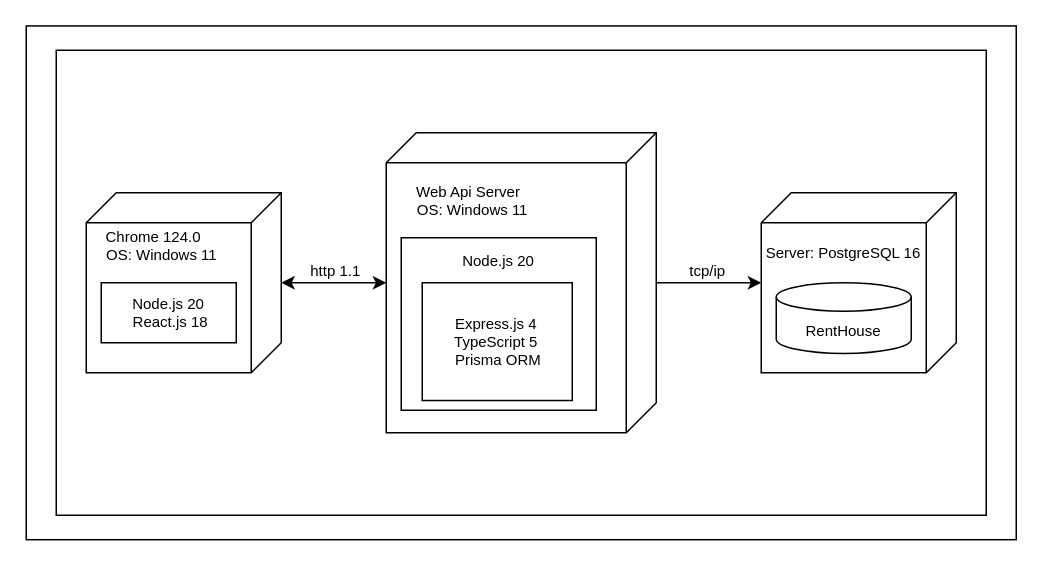
Above: KURSACH/архитектура.drawio in Slnpa/Diplom (draw.io), before the change. Source tidied: cells renumbered, new cells numbered last; positions are measured from the earlier drawing's top-left corner, leaving out a move shared by most shapes. Both pictures are drawn from the tidied source at 150%, with x=0, y=0 at pixel (26, 26).
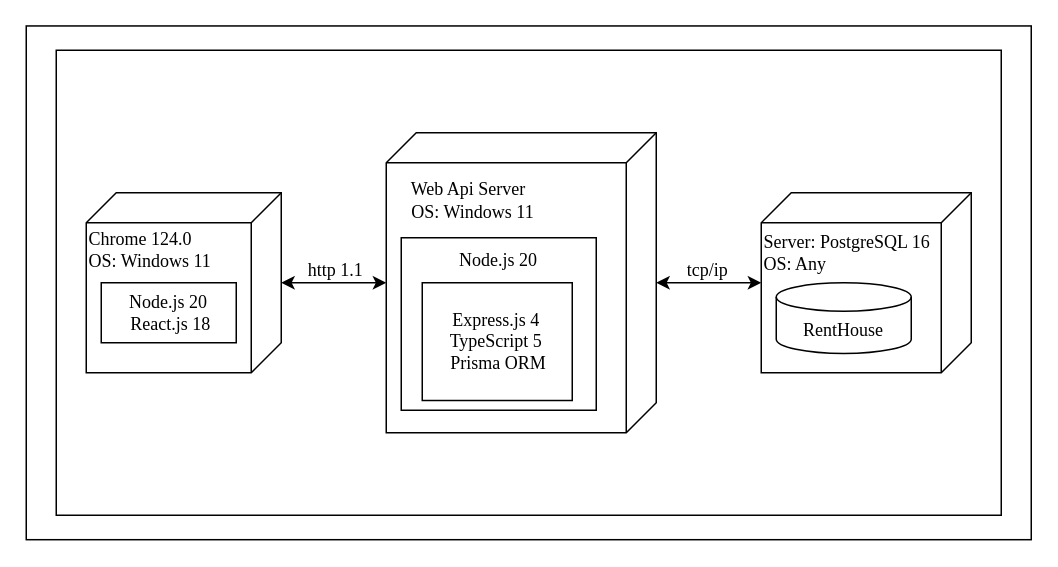
Above is the later version.

Change to the diagram source:
```diff
@@
-    <mxCell id="2" style="rounded=0;whiteSpace=wrap;html=1;" parent="1" vertex="1">
-      <mxGeometry y="-0.2" width="660" height="342.5" as="geometry" />
+    <mxCell id="2" style="rounded=0;whiteSpace=wrap;html=1;fontFamily=Times New Roman;fontSize=12;" parent="1" vertex="1">
+      <mxGeometry y="-0.2" width="670" height="342.5" as="geometry" />
     </mxCell>
-    <mxCell id="3" style="rounded=0;whiteSpace=wrap;html=1;" parent="1" vertex="1">
-      <mxGeometry x="20" y="16" width="620" height="310" as="geometry" />
+    <mxCell id="3" style="rounded=0;whiteSpace=wrap;html=1;fontFamily=Times New Roman;fontSize=12;" parent="1" vertex="1">
+      <mxGeometry x="20" y="16" width="630" height="310" as="geometry" />
     </mxCell>
-    <mxCell id="4" style="verticalAlign=top;align=left;spacingTop=8;spacingLeft=2;spacingRight=12;shape=cube;size=20;direction=south;fontStyle=4;html=1;whiteSpace=wrap;" parent="1" vertex="1">
-      <mxGeometry x="490" y="111" width="130" height="120" as="geometry" />
+    <mxCell id="4" style="verticalAlign=top;align=left;spacingTop=8;spacingLeft=2;spacingRight=12;shape=cube;size=20;direction=south;fontStyle=4;html=1;whiteSpace=wrap;fontFamily=Times New Roman;fontSize=12;" parent="1" vertex="1">
+      <mxGeometry x="490" y="111" width="140" height="120" as="geometry" />
     </mxCell>
-    <mxCell id="5" style="edgeStyle=orthogonalEdgeStyle;rounded=0;jettySize=auto;html=1;startArrow=classic;startFill=1;" parent="1" edge="1" source="9" target="10">
+    <mxCell id="5" style="edgeStyle=orthogonalEdgeStyle;rounded=0;jettySize=auto;html=1;startArrow=classic;startFill=1;fontFamily=Times New Roman;fontSize=12;" parent="1" edge="1" source="9" target="10">
       <mxGeometry relative="1" as="geometry" />
     </mxCell>
-    <mxCell id="6" value="http 1.1" style="edgeLabel;html=1;align=center;verticalAlign=middle;fontSize=10;" parent="5" vertex="1">
+    <mxCell id="6" value="http 1.1" style="edgeLabel;html=1;align=center;verticalAlign=middle;fontSize=12;fontFamily=Times New Roman;" parent="5" vertex="1">
       <mxGeometry x="-0.01" y="-2" relative="1" as="geometry">
         <mxPoint y="-7" as="offset" />
       </mxGeometry>
     </mxCell>
-    <mxCell id="7" style="edgeStyle=orthogonalEdgeStyle;rounded=0;jettySize=auto;html=1;" parent="1" edge="1" source="9" target="4">
+    <mxCell id="7" style="edgeStyle=orthogonalEdgeStyle;rounded=0;jettySize=auto;html=1;fontFamily=Times New Roman;fontSize=12;startArrow=classic;startFill=1;" parent="1" edge="1" source="9" target="4">
       <mxGeometry relative="1" as="geometry" />
     </mxCell>
-    <mxCell id="8" value="tcp/ip" style="edgeLabel;html=1;align=center;verticalAlign=middle;fontSize=10;" parent="7" vertex="1">
+    <mxCell id="8" value="tcp/ip" style="edgeLabel;html=1;align=center;verticalAlign=middle;fontSize=12;fontFamily=Times New Roman;" parent="7" vertex="1">
       <mxGeometry x="-0.06" y="2" relative="1" as="geometry">
         <mxPoint y="-7" as="offset" />
       </mxGeometry>
     </mxCell>
-    <mxCell id="9" style="verticalAlign=top;align=left;spacingTop=8;spacingLeft=2;spacingRight=12;shape=cube;size=20;direction=south;fontStyle=4;html=1;whiteSpace=wrap;" parent="1" vertex="1">
+    <mxCell id="9" style="verticalAlign=top;align=left;spacingTop=8;spacingLeft=2;spacingRight=12;shape=cube;size=20;direction=south;fontStyle=4;html=1;whiteSpace=wrap;fontFamily=Times New Roman;fontSize=12;" parent="1" vertex="1">
       <mxGeometry x="240" y="71" width="180" height="200" as="geometry" />
     </mxCell>
-    <mxCell id="10" style="verticalAlign=top;align=left;spacingTop=8;spacingLeft=2;spacingRight=12;shape=cube;size=20;direction=south;fontStyle=4;html=1;whiteSpace=wrap;" parent="1" vertex="1">
+    <mxCell id="10" style="verticalAlign=top;align=left;spacingTop=8;spacingLeft=2;spacingRight=12;shape=cube;size=20;direction=south;fontStyle=4;html=1;whiteSpace=wrap;fontFamily=Times New Roman;fontSize=12;" parent="1" vertex="1">
       <mxGeometry x="40" y="111" width="130" height="120" as="geometry" />
     </mxCell>
-    <mxCell id="11" value="Chrome 124.0&lt;div&gt;&amp;nbsp; &amp;nbsp; OS: Windows 11&lt;/div&gt;" style="text;html=1;align=center;verticalAlign=middle;whiteSpace=wrap;rounded=0;fontSize=10;" parent="1" vertex="1">
-      <mxGeometry x="40" y="131" width="90" height="30" as="geometry" />
+    <mxCell id="11" value="Chrome 124.0&lt;div&gt;OS: Windows 11&lt;/div&gt;" style="text;html=1;align=left;verticalAlign=middle;whiteSpace=wrap;rounded=0;fontSize=12;fontFamily=Times New Roman;" parent="1" vertex="1">
+      <mxGeometry x="40" y="134" width="90" height="30" as="geometry" />
     </mxCell>
-    <mxCell id="12" style="rounded=0;whiteSpace=wrap;html=1;" parent="1" vertex="1">
+    <mxCell id="12" style="rounded=0;whiteSpace=wrap;html=1;fontFamily=Times New Roman;fontSize=12;" parent="1" vertex="1">
       <mxGeometry x="50" y="171" width="90" height="40" as="geometry" />
     </mxCell>
-    <mxCell id="13" value="Node.js 20&lt;div&gt;&amp;nbsp;React.js 18&lt;/div&gt;" style="text;html=1;align=center;verticalAlign=middle;whiteSpace=wrap;rounded=0;fontSize=10;" parent="1" vertex="1">
+    <mxCell id="13" value="Node.js 20&lt;div&gt;&amp;nbsp;React.js 18&lt;/div&gt;" style="text;html=1;align=center;verticalAlign=middle;whiteSpace=wrap;rounded=0;fontSize=12;fontFamily=Times New Roman;" parent="1" vertex="1">
       <mxGeometry x="60" y="176" width="70" height="30" as="geometry" />
     </mxCell>
-    <mxCell id="14" value="Web Api Server&lt;br&gt;&lt;div&gt;&amp;nbsp; OS: Windows 11&lt;/div&gt;" style="text;html=1;align=center;verticalAlign=middle;whiteSpace=wrap;rounded=0;fontSize=10;" parent="1" vertex="1">
+    <mxCell id="14" value="Web Api Server&lt;br&gt;&lt;div&gt;&amp;nbsp; OS: Windows 11&lt;/div&gt;" style="text;html=1;align=center;verticalAlign=middle;whiteSpace=wrap;rounded=0;fontSize=12;fontFamily=Times New Roman;" parent="1" vertex="1">
       <mxGeometry x="250" y="101" width="90" height="30" as="geometry" />
     </mxCell>
-    <mxCell id="15" style="rounded=0;whiteSpace=wrap;html=1;" parent="1" vertex="1">
+    <mxCell id="15" style="rounded=0;whiteSpace=wrap;html=1;fontFamily=Times New Roman;fontSize=12;" parent="1" vertex="1">
       <mxGeometry x="250" y="141" width="130" height="115" as="geometry" />
     </mxCell>
-    <mxCell id="16" style="rounded=0;whiteSpace=wrap;html=1;" parent="1" vertex="1">
+    <mxCell id="16" style="rounded=0;whiteSpace=wrap;html=1;fontFamily=Times New Roman;fontSize=12;" parent="1" vertex="1">
       <mxGeometry x="264" y="171" width="100" height="78.5" as="geometry" />
     </mxCell>
-    <mxCell id="17" value="Node.js 20" style="text;html=1;align=center;verticalAlign=middle;whiteSpace=wrap;rounded=0;fontSize=10;" parent="1" vertex="1">
+    <mxCell id="17" value="Node.js 20" style="text;html=1;align=center;verticalAlign=middle;whiteSpace=wrap;rounded=0;fontSize=12;fontFamily=Times New Roman;" parent="1" vertex="1">
       <mxGeometry x="280" y="151" width="70" height="10" as="geometry" />
     </mxCell>
-    <mxCell id="18" value="&lt;div&gt;Express.js 4&lt;/div&gt;&lt;div&gt;TypeScript 5&lt;/div&gt;&lt;div&gt;&lt;span style=&quot;background-color: transparent; color: light-dark(rgb(0, 0, 0), rgb(255, 255, 255));&quot;&gt;&amp;nbsp;Prisma ORM&lt;/span&gt;&lt;/div&gt;" style="text;html=1;align=center;verticalAlign=middle;whiteSpace=wrap;rounded=0;fontSize=10;" parent="1" vertex="1">
+    <mxCell id="18" value="&lt;div&gt;Express.js 4&lt;/div&gt;&lt;div&gt;TypeScript 5&lt;/div&gt;&lt;div&gt;&lt;span style=&quot;background-color: transparent; color: light-dark(rgb(0, 0, 0), rgb(255, 255, 255));&quot;&gt;&amp;nbsp;Prisma ORM&lt;/span&gt;&lt;/div&gt;" style="text;html=1;align=center;verticalAlign=middle;whiteSpace=wrap;rounded=0;fontSize=12;fontFamily=Times New Roman;" parent="1" vertex="1">
       <mxGeometry x="273" y="195.2" width="81" height="30" as="geometry" />
     </mxCell>
-    <mxCell id="19" value="Server: PostgreSQL 16" style="text;html=1;align=center;verticalAlign=middle;whiteSpace=wrap;rounded=0;fontSize=10;" parent="1" vertex="1">
-      <mxGeometry x="490" y="141" width="110" height="20" as="geometry" />
+    <mxCell id="19" value="Server: PostgreSQL 16&lt;div&gt;&lt;span style=&quot;background-color: transparent; color: light-dark(rgb(0, 0, 0), rgb(255, 255, 255));&quot;&gt;OS: Any&lt;/span&gt;&lt;/div&gt;" style="text;html=1;align=left;verticalAlign=middle;whiteSpace=wrap;rounded=0;fontSize=12;fontFamily=Times New Roman;" parent="1" vertex="1">
+      <mxGeometry x="490" y="141" width="120" height="20" as="geometry" />
     </mxCell>
-    <mxCell id="20" value="&lt;font face=&quot;Helvetica&quot;&gt;RentHouse&lt;/font&gt;" style="shape=cylinder3;whiteSpace=wrap;html=1;boundedLbl=1;backgroundOutline=1;size=9.483870967741893;fontSize=10;" parent="1" vertex="1">
+    <mxCell id="20" value="&lt;font&gt;RentHouse&lt;/font&gt;" style="shape=cylinder3;whiteSpace=wrap;html=1;boundedLbl=1;backgroundOutline=1;size=9.483870967741893;fontSize=12;fontFamily=Times New Roman;" parent="1" vertex="1">
       <mxGeometry x="500" y="171" width="90" height="47.1" as="geometry" />
     </mxCell>
```
